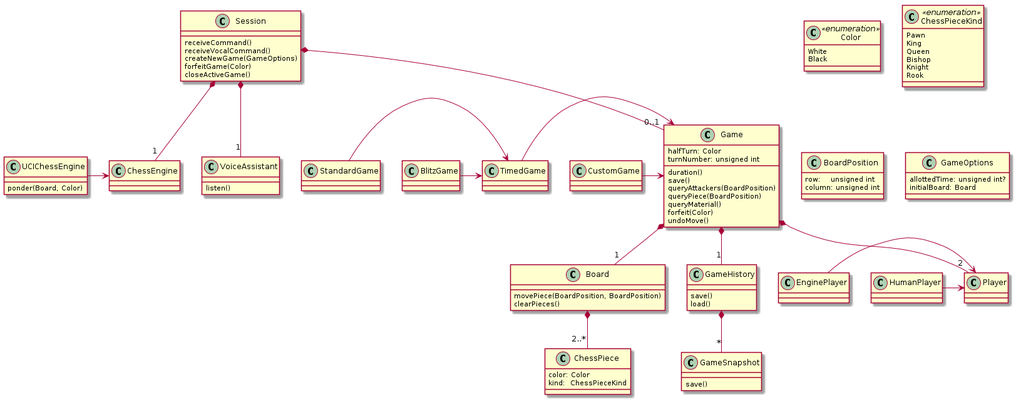
The PlantUML diagram class-diagram.png in tvanslyke/accessible-chess-class-diagram, before a commit.
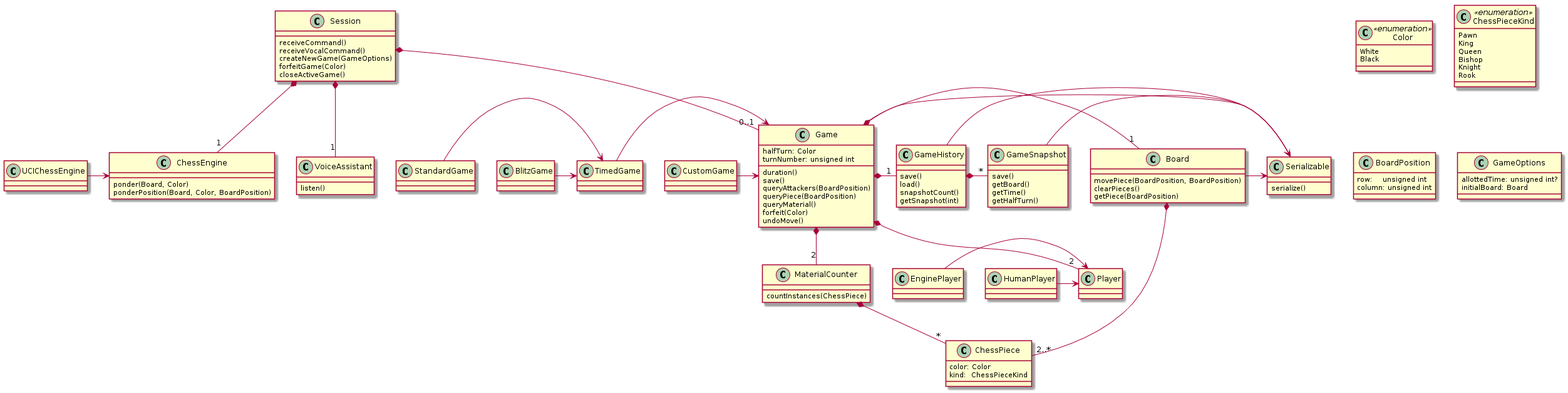
After the change.

Commit message:
more methods classes and associations

What changed in the source:
```diff
@@ -4,11 +4,13 @@
 	listen()
 }
 
+
+class ChessEngine {
+	ponder(Board, Color)
+	ponderPosition(Board, Color, BoardPosition)
+}
+
 UCIChessEngine -> ChessEngine
-
-class UCIChessEngine {
-	ponder(Board, Color)
-}
 
 class Color <<enumeration>> {
 	White
@@ -30,6 +32,7 @@
 }
 
 Board *-- "2..*" ChessPiece
+Board -> Serializable
 
 class BoardPosition {
 	row:    unsigned int
@@ -39,6 +42,7 @@
 class Board {
 	movePiece(BoardPosition, BoardPosition)
 	clearPieces()
+	getPiece(BoardPosition)
 }
 
 class Game {
@@ -54,14 +58,24 @@
 	undoMove()
 }
 
+Game -> Serializable
+
 class GameSnapshot {
 	save()
+	getBoard()
+	getTime()
+	getHalfTurn()
 }
+
+GameSnapshot -> Serializable
 
 class GameHistory {
 	save()
 	load()
+	snapshotCount()
+	getSnapshot(int)
 }
+GameHistory -> Serializable
 
 Game *-- "1" GameHistory
 GameHistory *-- "*" GameSnapshot
@@ -100,4 +114,18 @@
 
 Game *-- "2" Player
 
+class Serializable {
+	serialize()
+}
+
+class MaterialCounter {
+	countInstances(ChessPiece)
+}
+
+Game *-- "2" MaterialCounter
+
+MaterialCounter *-- "*" ChessPiece
+
+
+
 @enduml
```
